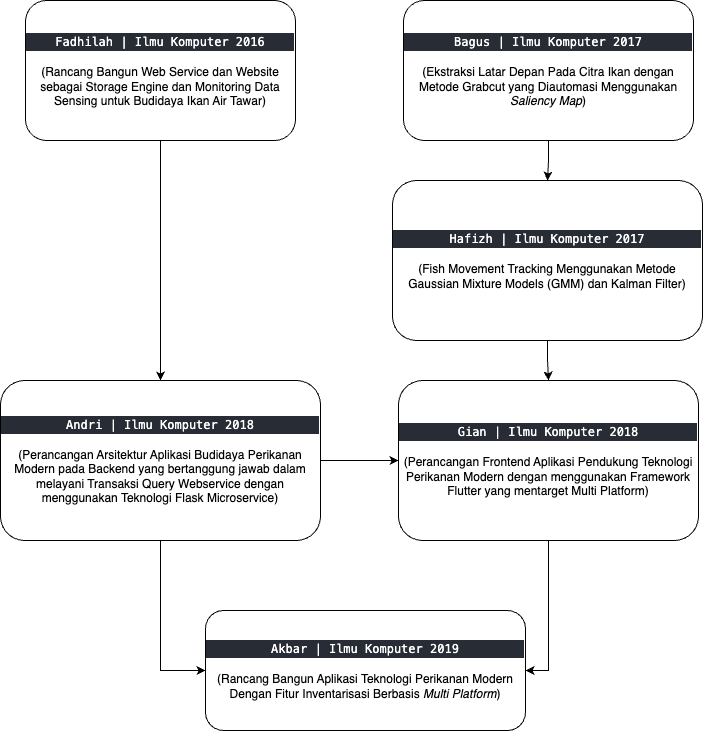
MauL08/MyThesis keeps this draw.io diagram as gambar/research_tree.png. Above is the earlier version. Source tidied: cells renumbered, new cells last; positions are measured from the earlier drawing's top-left corner, leaving out a move shared by most shapes.
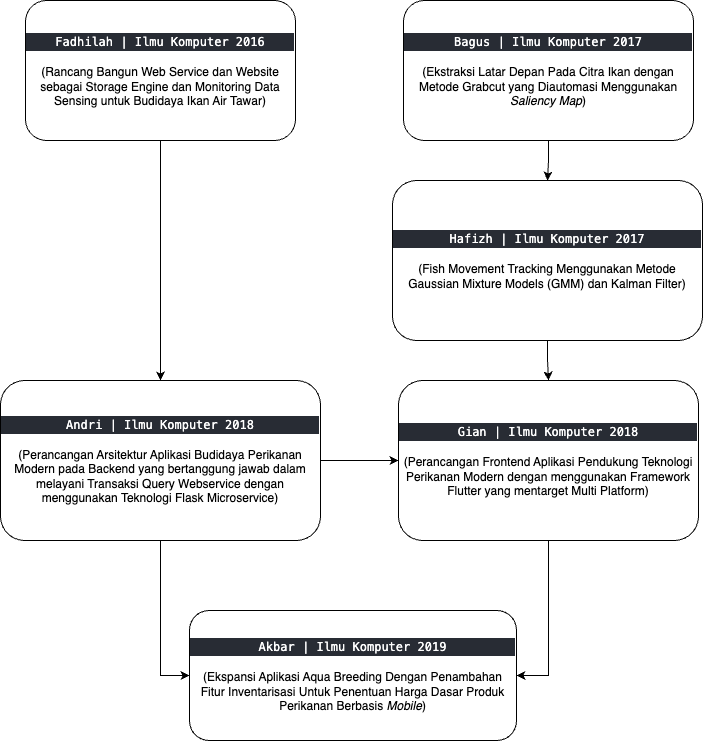
Above is the later version.

The edit, as a diff of the source:
```diff
@@ -29,8 +29,8 @@
     <mxCell id="10" value="&lt;div style=&quot;background-color: rgb(40, 44, 52); font-family: Menlo, Monaco, &amp;quot;Courier New&amp;quot;, monospace, &amp;quot;MesloLGS NF&amp;quot;, Menlo, Monaco, &amp;quot;Courier New&amp;quot;, monospace; line-height: 18px;&quot;&gt;&lt;font color=&quot;#ffffff&quot;&gt;Gian | Ilmu Komputer 2018&lt;/font&gt;&lt;/div&gt;&lt;br&gt;(Perancangan Frontend Aplikasi Pendukung Teknologi Perikanan Modern dengan menggunakan Framework Flutter yang mentarget Multi Platform&lt;span style=&quot;background-color: initial;&quot;&gt;)&lt;/span&gt;" style="rounded=1;whiteSpace=wrap;html=1;" parent="1" vertex="1">
       <mxGeometry x="398" y="380" width="300" height="160" as="geometry" />
     </mxCell>
-    <mxCell id="11" value="&lt;div style=&quot;background-color: rgb(40, 44, 52); font-family: Menlo, Monaco, &amp;quot;Courier New&amp;quot;, monospace, &amp;quot;MesloLGS NF&amp;quot;, Menlo, Monaco, &amp;quot;Courier New&amp;quot;, monospace; line-height: 18px;&quot;&gt;&lt;font color=&quot;#ffffff&quot;&gt;Akbar | Ilmu Komputer 2019&lt;/font&gt;&lt;/div&gt;&lt;br&gt;(Rancang Bangun Aplikasi Teknologi Perikanan Modern Dengan Fitur Inventarisasi Berbasis &lt;i&gt;Multi Platform&lt;/i&gt;)" style="rounded=1;whiteSpace=wrap;html=1;" parent="1" vertex="1">
-      <mxGeometry x="205" y="610" width="320" height="120" as="geometry" />
+    <mxCell id="11" value="&lt;div style=&quot;background-color: rgb(40, 44, 52); font-family: Menlo, Monaco, &amp;quot;Courier New&amp;quot;, monospace, &amp;quot;MesloLGS NF&amp;quot;, Menlo, Monaco, &amp;quot;Courier New&amp;quot;, monospace; line-height: 18px;&quot;&gt;&lt;font color=&quot;#ffffff&quot;&gt;Akbar | Ilmu Komputer 2019&lt;/font&gt;&lt;/div&gt;&lt;br&gt;(Ekspansi Aplikasi Aqua Breeding Dengan Penambahan Fitur Inventarisasi Untuk Penentuan Harga Dasar Produk Perikanan Berbasis &lt;i&gt;Mobile&lt;/i&gt;&lt;span style=&quot;background-color: initial;&quot;&gt;)&lt;/span&gt;" style="rounded=1;whiteSpace=wrap;html=1;" parent="1" vertex="1">
+      <mxGeometry x="189" y="610" width="327" height="130" as="geometry" />
     </mxCell>
     <mxCell id="12" style="edgeStyle=orthogonalEdgeStyle;rounded=0;jettySize=auto;html=1;" parent="1" edge="1" source="13" target="10">
       <mxGeometry relative="1" as="geometry" />
```
